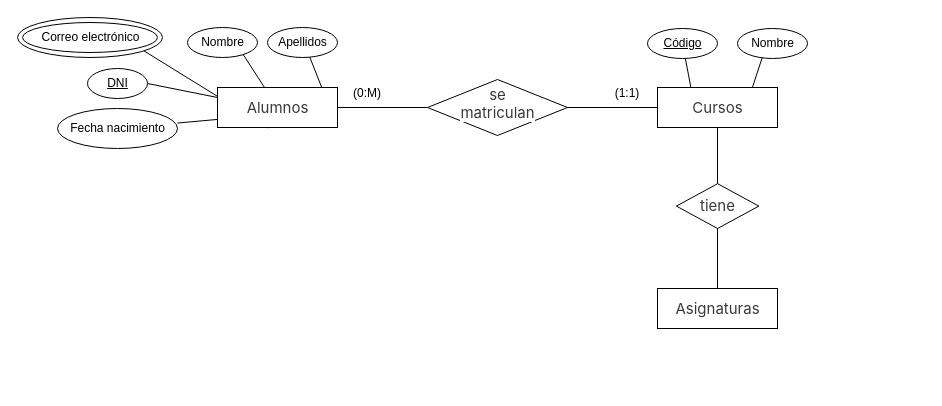
This is Untitled Diagram.drawio from popnoart/popnoart, a draw.io file, before an edit. Source tidied: cells renumbered, new cells numbered last; positions are measured from the earlier drawing's top-left corner, leaving out a move shared by most shapes. Both pictures are drawn from the tidied source at 100%, with x=0, y=0 at pixel (17, 17).
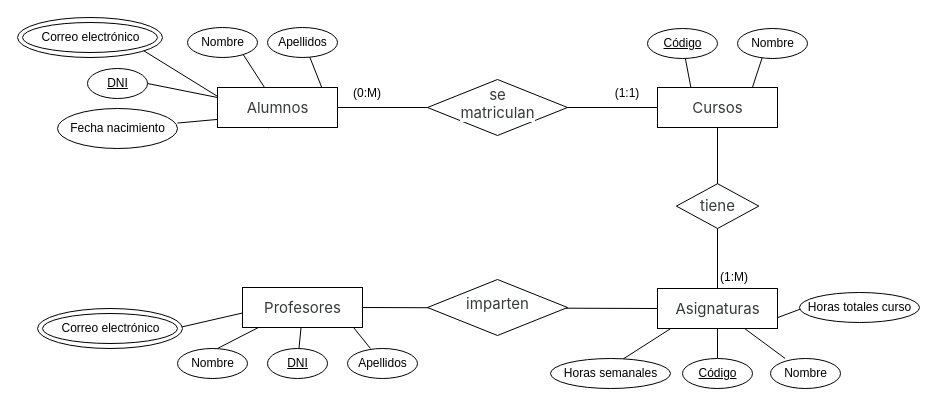
The same page after the edit.

Unchanged cells that the change refers to:
```xml
<mxCell id="47" style="rounded=0;whiteSpace=wrap;html=1;labelBackgroundColor=default;" parent="46" vertex="1">
  <mxGeometry width="120" height="40" as="geometry" />
</mxCell>
<mxCell id="48" value="&lt;div style=&quot;text-align: left;&quot;&gt;&lt;font face=&quot;-apple-system, BlinkMacSystemFont, Segoe UI, Roboto, Helvetica Neue, Arial, Noto Sans, Liberation Sans, sans-serif, Apple Color Emoji, Segoe UI Emoji, Segoe UI Symbol, Noto Color Emoji&quot; color=&quot;#373a3c&quot;&gt;&lt;span style=&quot;font-size: 15px; text-wrap-mode: wrap; background-color: rgb(255, 255, 255);&quot;&gt;Asignaturas&lt;/span&gt;&lt;/font&gt;&lt;/div&gt;" style="text;html=1;align=center;verticalAlign=middle;points=[];strokeColor=none;fillColor=none;" parent="46" vertex="1">
  <mxGeometry x="10" y="5" width="100" height="30" as="geometry" />
</mxCell>
```

What changed in the source:
```diff
@@
+    <mxCell id="52" style="endArrow=none;html=1;rounded=0;entryX=0.023;entryY=0.589;entryDx=0;entryDy=0;entryPerimeter=0;" parent="1" edge="1" target="75">
+      <mxGeometry relative="1" as="geometry">
+        <mxPoint x="140" y="315" as="sourcePoint" />
+      </mxGeometry>
+    </mxCell>
+    <mxCell id="53" style="endArrow=none;html=1;rounded=0;entryX=0.137;entryY=1.033;entryDx=0;entryDy=0;entryPerimeter=0;" parent="1" edge="1" target="75">
+      <mxGeometry relative="1" as="geometry">
+        <mxPoint x="200" y="331" as="sourcePoint" />
+      </mxGeometry>
+    </mxCell>
+    <mxCell id="54" style="endArrow=none;html=1;rounded=0;entryX=0.49;entryY=1.011;entryDx=0;entryDy=0;entryPerimeter=0;" parent="1" edge="1" source="85" target="75">
+      <mxGeometry relative="1" as="geometry" />
+    </mxCell>
+    <mxCell id="55" style="endArrow=none;html=1;rounded=0;entryX=0.957;entryY=0.944;entryDx=0;entryDy=0;entryPerimeter=0;" parent="1" edge="1" source="82" target="75">
+      <mxGeometry relative="1" as="geometry" />
+    </mxCell>
+    <mxCell id="56" style="endArrow=none;html=1;rounded=0;entryX=0.15;entryY=0.925;entryDx=0;entryDy=0;entryPerimeter=0;exitX=0.417;exitY=0.5;exitDx=0;exitDy=0;exitPerimeter=0;" parent="1" edge="1" source="69" target="47">
+      <mxGeometry relative="1" as="geometry" />
+    </mxCell>
+    <mxCell id="57" style="endArrow=none;html=1;rounded=0;entryX=0.367;entryY=0.033;entryDx=0;entryDy=0;entryPerimeter=0;" parent="1" edge="1" target="72">
+      <mxGeometry relative="1" as="geometry">
+        <mxPoint x="747" y="305" as="sourcePoint" />
+      </mxGeometry>
+    </mxCell>
+    <mxCell id="58" style="endArrow=none;html=1;rounded=0;" parent="1" edge="1" source="63" target="48">
+      <mxGeometry relative="1" as="geometry" />
+    </mxCell>
+    <mxCell id="59" style="endArrow=none;html=1;rounded=0;" parent="1" edge="1" source="66" target="48">
+      <mxGeometry relative="1" as="geometry" />
+    </mxCell>
@@
+    <mxCell id="60" value="(1:M)" style="text;html=1;align=center;verticalAlign=middle;whiteSpace=wrap;rounded=0;" parent="1" vertex="1">
+      <mxGeometry x="687" y="245" width="60" height="30" as="geometry" />
+    </mxCell>
+    <mxCell id="61" style="group;labelBackgroundColor=default;" parent="1" vertex="1">
+      <mxGeometry x="753" y="341" width="70" height="30" as="geometry" />
+    </mxCell>
+    <mxCell id="62" style="ellipse;whiteSpace=wrap;html=1;" parent="61" vertex="1">
+      <mxGeometry width="70" height="30" as="geometry" />
+    </mxCell>
+    <mxCell id="63" value="Nombre" style="text;html=1;align=center;verticalAlign=middle;points=[];strokeColor=none;fillColor=none;" parent="61" vertex="1">
+      <mxGeometry width="70" height="30" as="geometry" />
+    </mxCell>
+    <mxCell id="64" style="group;labelBackgroundColor=default;" parent="1" vertex="1">
+      <mxGeometry x="665" y="341" width="70" height="30" as="geometry" />
+    </mxCell>
+    <mxCell id="65" style="ellipse;whiteSpace=wrap;html=1;" parent="64" vertex="1">
+      <mxGeometry width="70" height="30" as="geometry" />
+    </mxCell>
+    <mxCell id="66" value="&lt;u&gt;Código&lt;/u&gt;" style="text;html=1;align=center;verticalAlign=middle;points=[];strokeColor=none;fillColor=none;" parent="64" vertex="1">
+      <mxGeometry x="5" width="60" height="30" as="geometry" />
+    </mxCell>
+    <mxCell id="67" style="group;" parent="1" vertex="1">
+      <mxGeometry x="533" y="341" width="120" height="30" as="geometry" />
+    </mxCell>
+    <mxCell id="68" style="ellipse;whiteSpace=wrap;html=1;" parent="67" vertex="1">
+      <mxGeometry width="120" height="30" as="geometry" />
+    </mxCell>
+    <mxCell id="69" value="Horas semanales" style="text;html=1;align=center;verticalAlign=middle;points=[];strokeColor=none;fillColor=none;" parent="67" vertex="1">
+      <mxGeometry width="120" height="30" as="geometry" />
+    </mxCell>
+    <mxCell id="70" style="group;" parent="1" vertex="1">
+      <mxGeometry x="782" y="275" width="125" height="30" as="geometry" />
+    </mxCell>
+    <mxCell id="71" style="ellipse;whiteSpace=wrap;html=1;" parent="70" vertex="1">
+      <mxGeometry width="120" height="30" as="geometry" />
+    </mxCell>
+    <mxCell id="72" value="Horas totales curso" style="text;html=1;align=center;verticalAlign=middle;points=[];strokeColor=none;fillColor=none;" parent="70" vertex="1">
+      <mxGeometry x="-5" width="130" height="30" as="geometry" />
+    </mxCell>
+    <mxCell id="73" style="group;" parent="1" vertex="1">
+      <mxGeometry x="225" y="270" width="120" height="40" as="geometry" />
+    </mxCell>
+    <mxCell id="74" style="rounded=0;whiteSpace=wrap;html=1;labelBackgroundColor=default;" parent="73" vertex="1">
+      <mxGeometry width="120" height="40" as="geometry" />
+    </mxCell>
+    <mxCell id="75" value="&lt;div style=&quot;text-align: left;&quot;&gt;&lt;font face=&quot;-apple-system, BlinkMacSystemFont, Segoe UI, Roboto, Helvetica Neue, Arial, Noto Sans, Liberation Sans, sans-serif, Apple Color Emoji, Segoe UI Emoji, Segoe UI Symbol, Noto Color Emoji&quot; color=&quot;#373a3c&quot;&gt;&lt;span style=&quot;font-size: 15px; text-wrap-mode: wrap; background-color: rgb(255, 255, 255);&quot;&gt;Profesores&lt;/span&gt;&lt;/font&gt;&lt;/div&gt;" style="text;html=1;align=center;verticalAlign=middle;points=[];strokeColor=none;fillColor=none;" parent="73" vertex="1">
+      <mxGeometry x="10" y="5" width="100" height="30" as="geometry" />
+    </mxCell>
+    <mxCell id="76" style="endArrow=none;html=1;rounded=0;exitX=1;exitY=0.5;exitDx=0;exitDy=0;entryX=0;entryY=0.5;entryDx=0;entryDy=0;" parent="1" edge="1" source="74" target="47">
+      <mxGeometry relative="1" as="geometry" />
+    </mxCell>
+    <mxCell id="77" style="group;labelBackgroundColor=default;" parent="1" vertex="1">
+      <mxGeometry x="400" y="268" width="170" height="50" as="geometry" />
+    </mxCell>
+    <mxCell id="78" style="rhombus;whiteSpace=wrap;html=1;" parent="77" vertex="1">
+      <mxGeometry x="10" y="-6" width="140" height="56" as="geometry" />
+    </mxCell>
+    <mxCell id="79" value="&lt;span style=&quot;color: rgb(55, 58, 60); font-family: -apple-system, BlinkMacSystemFont, &amp;quot;Segoe UI&amp;quot;, Roboto, &amp;quot;Helvetica Neue&amp;quot;, Arial, &amp;quot;Noto Sans&amp;quot;, &amp;quot;Liberation Sans&amp;quot;, sans-serif, &amp;quot;Apple Color Emoji&amp;quot;, &amp;quot;Segoe UI Emoji&amp;quot;, &amp;quot;Segoe UI Symbol&amp;quot;, &amp;quot;Noto Color Emoji&amp;quot;; font-size: 15px; text-align: left; text-wrap-mode: wrap; background-color: rgb(255, 255, 255);&quot;&gt;imparten&lt;/span&gt;" style="text;html=1;align=center;verticalAlign=middle;strokeColor=none;fillColor=none;" parent="77" vertex="1">
+      <mxGeometry x="40" y="3" width="80" height="30" as="geometry" />
+    </mxCell>
+    <mxCell id="80" style="group;labelBackgroundColor=default;" parent="1" vertex="1">
+      <mxGeometry x="330" y="331" width="70" height="30" as="geometry" />
+    </mxCell>
+    <mxCell id="81" style="ellipse;whiteSpace=wrap;html=1;" parent="80" vertex="1">
+      <mxGeometry width="70" height="30" as="geometry" />
+    </mxCell>
+    <mxCell id="82" value="Apellidos" style="text;html=1;align=center;verticalAlign=middle;points=[];strokeColor=none;fillColor=none;" parent="80" vertex="1">
+      <mxGeometry width="70" height="30" as="geometry" />
+    </mxCell>
+    <mxCell id="83" style="group;labelBackgroundColor=default;" parent="1" vertex="1">
+      <mxGeometry x="250" y="331" width="60" height="30" as="geometry" />
+    </mxCell>
+    <mxCell id="84" style="ellipse;whiteSpace=wrap;html=1;" parent="83" vertex="1">
+      <mxGeometry width="60" height="30" as="geometry" />
+    </mxCell>
+    <mxCell id="85" value="&lt;u&gt;DNI&lt;/u&gt;" style="text;html=1;align=center;verticalAlign=middle;points=[];strokeColor=none;fillColor=none;" parent="83" vertex="1">
+      <mxGeometry x="10" width="40" height="30" as="geometry" />
+    </mxCell>
+    <mxCell id="86" style="group;labelBackgroundColor=default;" parent="1" vertex="1">
+      <mxGeometry x="160" y="331" width="70" height="30" as="geometry" />
+    </mxCell>
+    <mxCell id="87" style="ellipse;whiteSpace=wrap;html=1;" parent="86" vertex="1">
+      <mxGeometry width="70" height="30" as="geometry" />
+    </mxCell>
+    <mxCell id="88" value="Nombre" style="text;html=1;align=center;verticalAlign=middle;strokeColor=none;fillColor=none;" parent="86" vertex="1">
+      <mxGeometry width="70" height="30" as="geometry" />
+    </mxCell>
+    <mxCell id="89" style="group;labelBackgroundColor=default;" parent="1" vertex="1">
+      <mxGeometry x="20" y="291" width="205" height="40" as="geometry" />
+    </mxCell>
+    <mxCell id="90" style="ellipse;whiteSpace=wrap;html=1;" parent="89" vertex="1">
+      <mxGeometry width="145" height="40" as="geometry" />
+    </mxCell>
+    <mxCell id="91" value="Correo electrónico" style="text;html=1;align=center;verticalAlign=middle;strokeColor=none;fillColor=none;" parent="89" vertex="1">
+      <mxGeometry x="12.5" y="5" width="120" height="30" as="geometry" />
+    </mxCell>
+    <mxCell id="92" style="group;labelBackgroundColor=none;" parent="89" vertex="1">
+      <mxGeometry x="75" y="10" width="130" height="25" as="geometry" />
+    </mxCell>
+    <mxCell id="93" style="ellipse;whiteSpace=wrap;html=1;labelBackgroundColor=#4C0099;fillColor=none;" parent="92" vertex="1">
+      <mxGeometry x="-70" y="-5" width="135" height="30" as="geometry" />
+    </mxCell>
```
